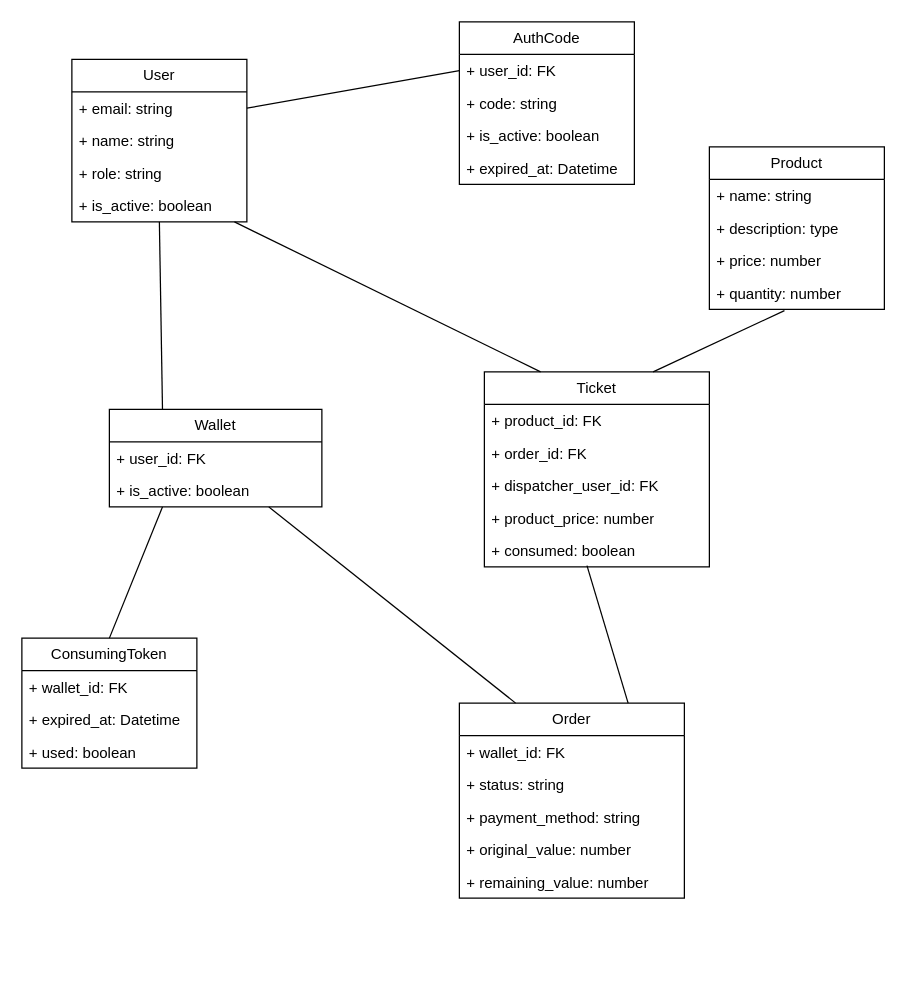
The draw.io diagram docs/UJAD.drawio in gelira/ujad, before the edit. Source tidied: cells renumbered, new cells numbered last; positions are measured from the earlier drawing's top-left corner, leaving out a move shared by most shapes. Both pictures are drawn from the tidied source at 125%, with x=0, y=0 at pixel (21, 21).
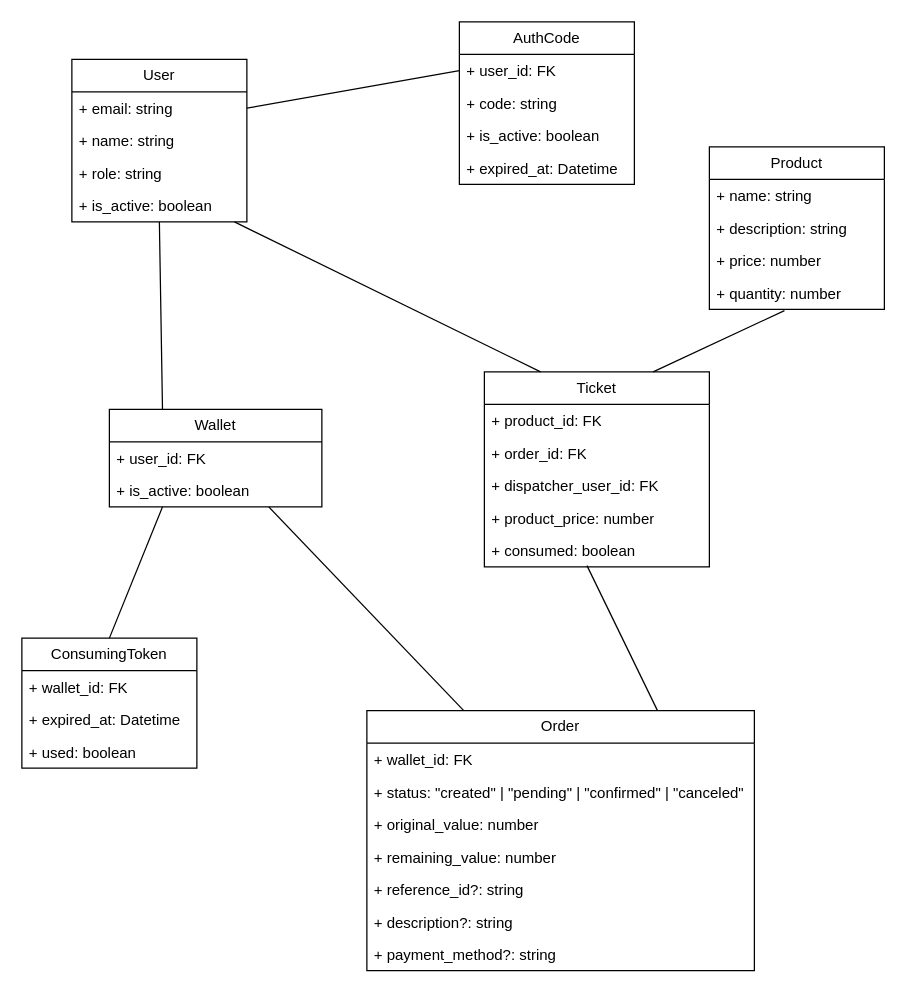
After the change.

Commit message:
docs: update data model

The change refers to these unchanged cells:
```xml
<mxCell id="25" value="Product" style="swimlane;fontStyle=0;horizontal=1;startSize=26;fillColor=none;whiteSpace=wrap;html=1;" parent="1" vertex="1">
  <mxGeometry x="550" y="100" width="140" height="130" as="geometry" />
</mxCell>
```

The edit, as a diff of the source:
```diff
@@
     <mxCell id="18" value="Order" style="swimlane;fontStyle=0;horizontal=1;startSize=26;fillColor=none;whiteSpace=wrap;html=1;" parent="1" vertex="1">
-      <mxGeometry x="350" y="545" width="180" height="156" as="geometry" />
+      <mxGeometry x="276" y="551" width="310" height="208" as="geometry" />
     </mxCell>
     <mxCell id="19" value="+ wallet_id: FK" style="text;strokeColor=none;fillColor=none;align=left;verticalAlign=top;spacingLeft=4;spacingRight=4;overflow=hidden;whiteSpace=wrap;html=1;" parent="18" vertex="1">
-      <mxGeometry y="26" width="180" height="26" as="geometry" />
+      <mxGeometry y="26" width="310" height="26" as="geometry" />
     </mxCell>
-    <mxCell id="20" value="+ status: string" style="text;strokeColor=none;fillColor=none;align=left;verticalAlign=top;spacingLeft=4;spacingRight=4;overflow=hidden;whiteSpace=wrap;html=1;" parent="18" vertex="1">
-      <mxGeometry y="52" width="180" height="26" as="geometry" />
+    <mxCell id="20" value="+ status: &quot;created&quot; | &quot;pending&quot; | &quot;confirmed&quot; | &quot;canceled&quot;" style="text;strokeColor=none;fillColor=none;align=left;verticalAlign=top;spacingLeft=4;spacingRight=4;overflow=hidden;whiteSpace=wrap;html=1;" parent="18" vertex="1">
+      <mxGeometry y="52" width="310" height="26" as="geometry" />
     </mxCell>
-    <mxCell id="21" value="+ payment_method: string" style="text;strokeColor=none;fillColor=none;align=left;verticalAlign=top;spacingLeft=4;spacingRight=4;overflow=hidden;whiteSpace=wrap;html=1;" parent="18" vertex="1">
-      <mxGeometry y="78" width="180" height="26" as="geometry" />
-    </mxCell>
     <mxCell id="22" value="+ original_value: number" style="text;strokeColor=none;fillColor=none;align=left;verticalAlign=top;spacingLeft=4;spacingRight=4;overflow=hidden;whiteSpace=wrap;html=1;" parent="18" vertex="1">
-      <mxGeometry y="104" width="180" height="26" as="geometry" />
+      <mxGeometry y="78" width="310" height="26" as="geometry" />
     </mxCell>
     <mxCell id="23" value="+ remaining_value: number" style="text;strokeColor=none;fillColor=none;align=left;verticalAlign=top;spacingLeft=4;spacingRight=4;overflow=hidden;whiteSpace=wrap;html=1;" parent="18" vertex="1">
-      <mxGeometry y="130" width="180" height="26" as="geometry" />
+      <mxGeometry y="104" width="310" height="26" as="geometry" />
     </mxCell>
+    <mxCell id="43" value="+ reference_id?: string" style="text;strokeColor=none;fillColor=none;align=left;verticalAlign=top;spacingLeft=4;spacingRight=4;overflow=hidden;whiteSpace=wrap;html=1;" parent="18" vertex="1">
+      <mxGeometry y="130" width="310" height="26" as="geometry" />
+    </mxCell>
+    <mxCell id="44" value="+ description?: string" style="text;strokeColor=none;fillColor=none;align=left;verticalAlign=top;spacingLeft=4;spacingRight=4;overflow=hidden;whiteSpace=wrap;html=1;" parent="18" vertex="1">
+      <mxGeometry y="156" width="310" height="26" as="geometry" />
+    </mxCell>
+    <mxCell id="21" value="+ payment_method?: string" style="text;strokeColor=none;fillColor=none;align=left;verticalAlign=top;spacingLeft=4;spacingRight=4;overflow=hidden;whiteSpace=wrap;html=1;" parent="18" vertex="1">
+      <mxGeometry y="182" width="310" height="26" as="geometry" />
+    </mxCell>
@@
-    <mxCell id="27" value="+ description: type" style="text;strokeColor=none;fillColor=none;align=left;verticalAlign=top;spacingLeft=4;spacingRight=4;overflow=hidden;whiteSpace=wrap;html=1;" parent="25" vertex="1">
+    <mxCell id="27" value="+ description: string" style="text;strokeColor=none;fillColor=none;align=left;verticalAlign=top;spacingLeft=4;spacingRight=4;overflow=hidden;whiteSpace=wrap;html=1;" parent="25" vertex="1">
       <mxGeometry y="52" width="140" height="26" as="geometry" />
     </mxCell>
```
